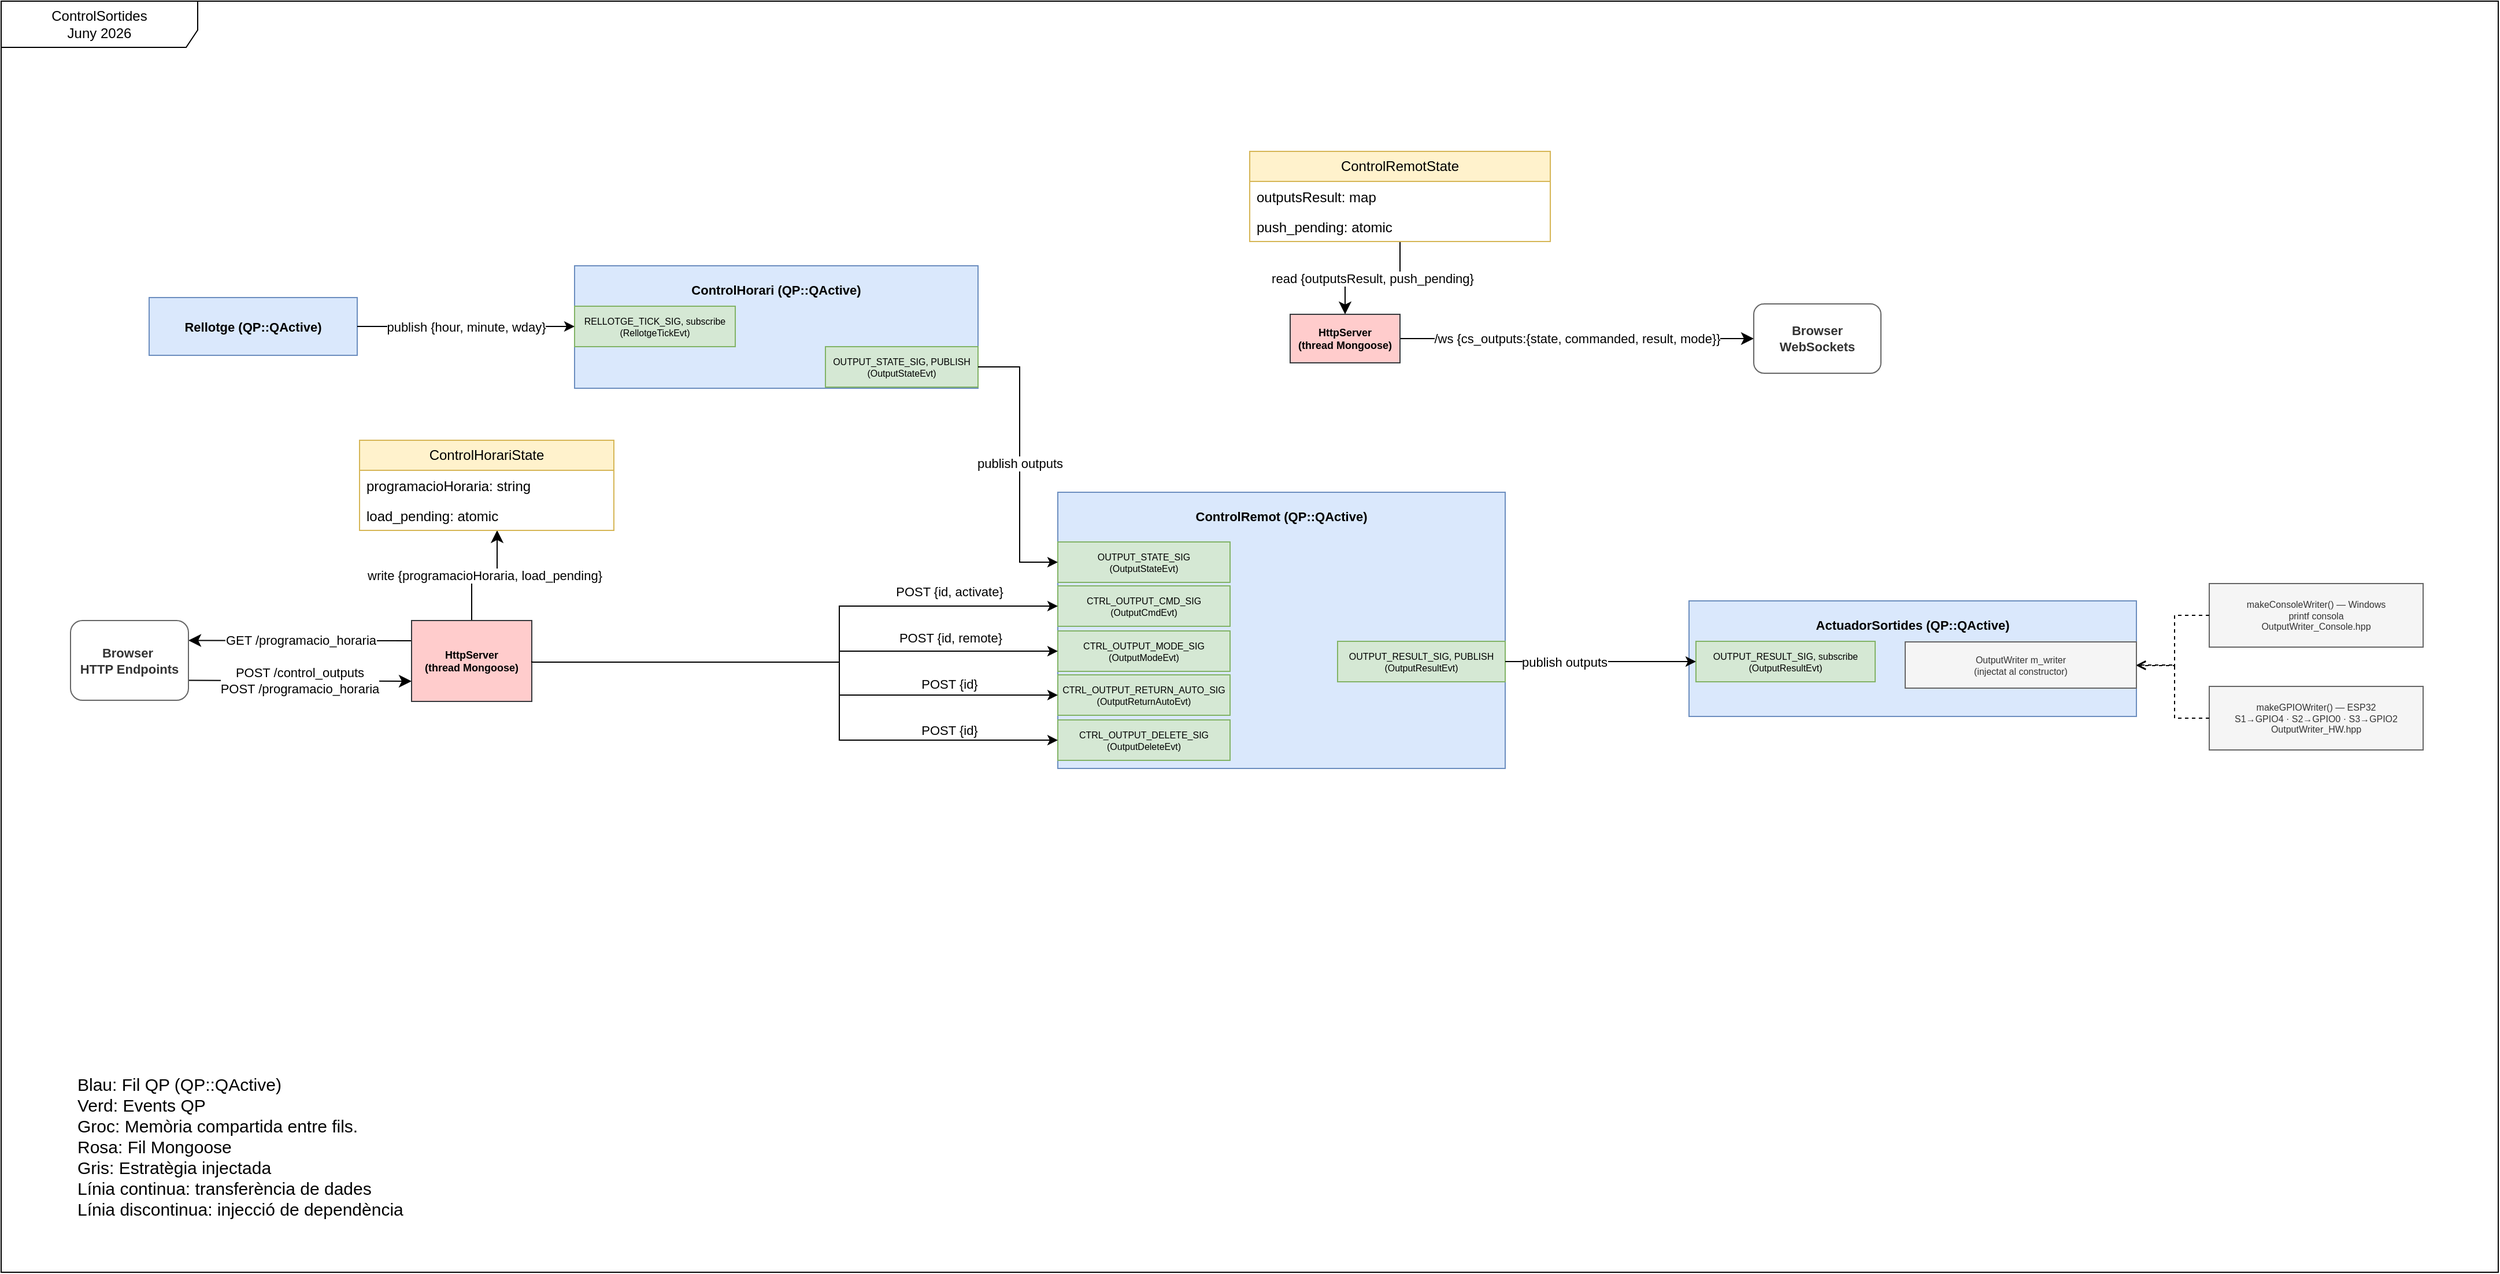
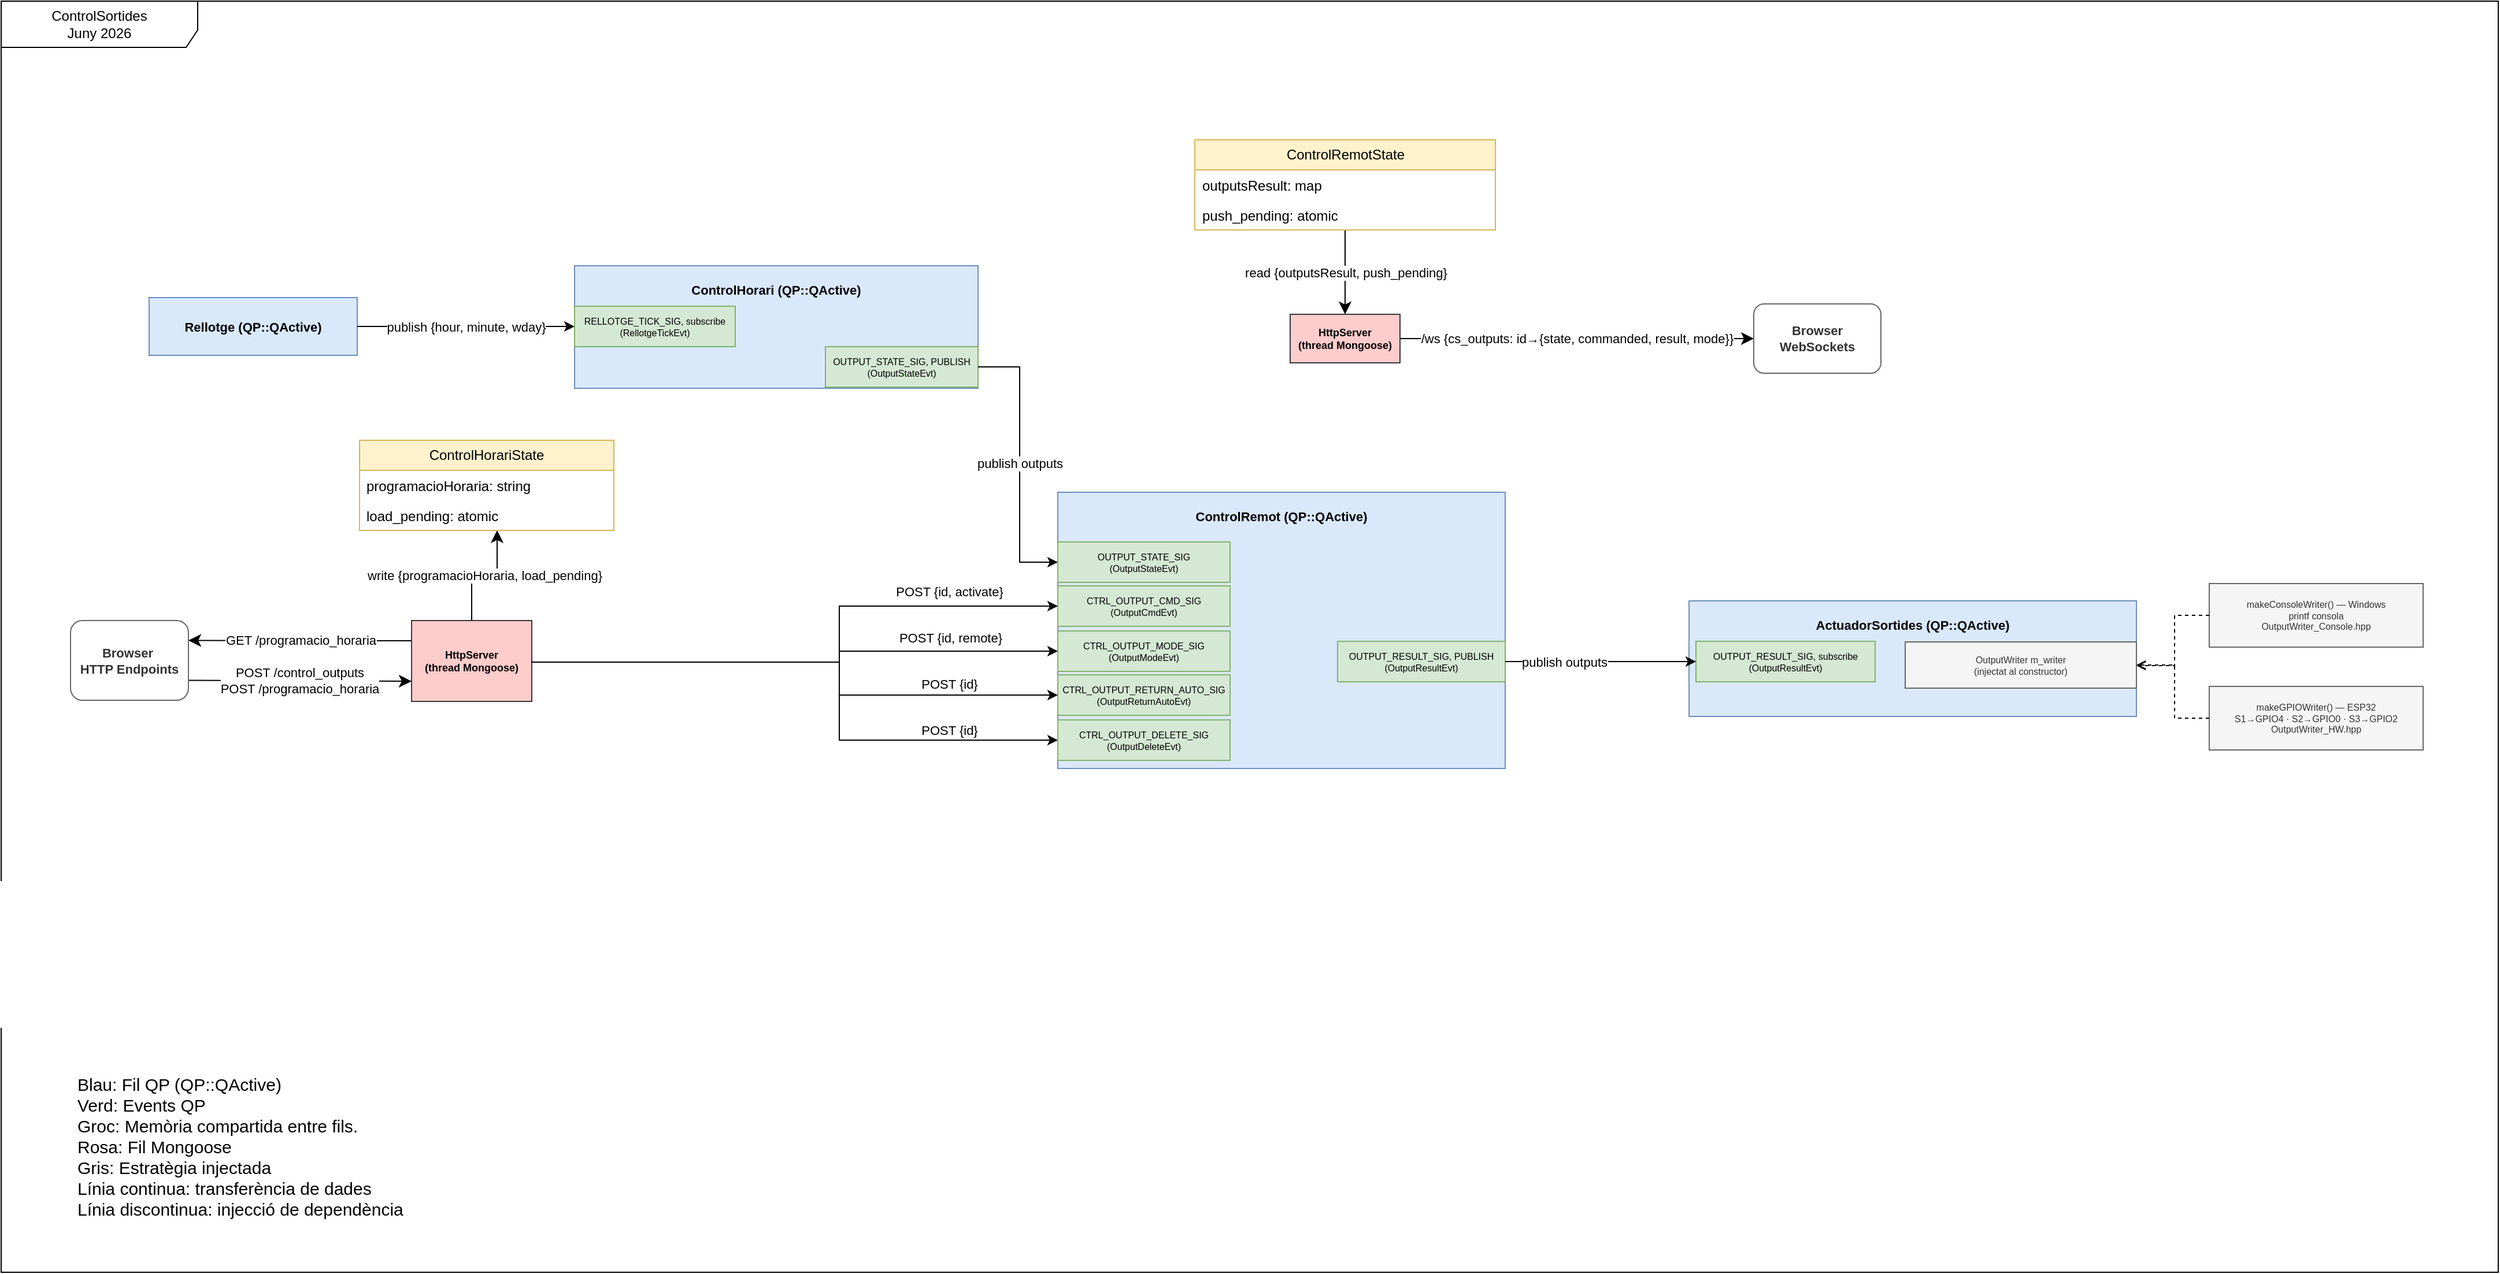
<mxfile host="Electron" agent="Mozilla/5.0 (Windows NT 10.0; Win64; x64) AppleWebKit/537.36 (KHTML, like Gecko) draw.io/28.2.8 Chrome/140.0.7339.240 Electron/38.4.0 Safari/537.36" version="28.2.8">
  <diagram name="ControlRemot" id="controlremot">
-     <mxGraphModel dx="2570" dy="1658" grid="1" gridSize="10" guides="1" tooltips="1" connect="1" arrows="1" fold="1" page="1" pageScale="1" pageWidth="2336" pageHeight="1654" math="0" shadow="0">
+     <mxGraphModel dx="1028" dy="663" grid="1" gridSize="10" guides="1" tooltips="1" connect="1" arrows="1" fold="1" page="1" pageScale="1" pageWidth="2336" pageHeight="1654" math="0" shadow="0">
      <root>
        <mxCell id="0" />
        <mxCell id="1" parent="0" />
        <mxCell id="hFHh7xch7r8VRYxtVC4N-1" value="&lt;span style=&quot;font-family: Helvetica; font-size: 11px;&quot;&gt;GET /programacio_horaria&lt;/span&gt;" style="edgeStyle=none;curved=1;rounded=0;orthogonalLoop=1;jettySize=auto;html=1;exitX=0;exitY=0.25;exitDx=0;exitDy=0;entryX=1;entryY=0.25;entryDx=0;entryDy=0;startSize=8;endSize=8;fontFamily=Helvetica;fontSize=11" parent="1" source="http" target="nPEGExYc4R3wSkc33mew-3" edge="1">
          <mxGeometry relative="1" as="geometry" />
        </mxCell>
        <mxCell id="hX1N1Huatbx-X40mZiJC-2" value="&lt;span style=&quot;color: rgb(0, 0, 0); font-family: Helvetica; font-size: 11px; font-style: normal; font-variant-ligatures: normal; font-variant-caps: normal; font-weight: 400; letter-spacing: normal; orphans: 2; text-align: center; text-indent: 0px; text-transform: none; widows: 2; word-spacing: 0px; -webkit-text-stroke-width: 0px; white-space: nowrap; background-color: rgb(255, 255, 255); text-decoration-thickness: initial; text-decoration-style: initial; text-decoration-color: initial; display: inline !important; float: none;&quot;&gt;write {programacioHoraria, load_pending}&lt;/span&gt;" style="edgeStyle=orthogonalEdgeStyle;rounded=0;orthogonalLoop=1;jettySize=auto;html=1;exitX=0.5;exitY=0;exitDx=0;exitDy=0;startSize=8;endSize=8;entryX=0.541;entryY=0.994;entryDx=0;entryDy=0;entryPerimeter=0;fontFamily=Helvetica;fontSize=11" parent="1" source="http" target="ch_reload_f2" edge="1">
          <mxGeometry relative="1" as="geometry" />
        </mxCell>
        <mxCell id="http" value="HttpServer&#xa;(thread Mongoose)" style="rounded=0;whiteSpace=wrap;html=1;fillColor=#ffcccc;strokeColor=#36393d;fontSize=9;fontStyle=1" parent="1" vertex="1">
          <mxGeometry x="435" y="806" width="104" height="70" as="geometry" />
        </mxCell>
-         <mxCell id="nPEGExYc4R3wSkc33mew-6" value="/ws {cs_outputs:{state, commanded, result, mode}}" style="edgeStyle=none;curved=1;rounded=0;orthogonalLoop=1;jettySize=auto;html=1;exitX=1;exitY=0.5;exitDx=0;exitDy=0;startSize=8;endSize=8;startArrow=none;startFill=0;fontFamily=Helvetica;fontSize=11" parent="1" source="ws" target="nPEGExYc4R3wSkc33mew-5" edge="1">
+         <mxCell id="nPEGExYc4R3wSkc33mew-6" value="/ws {cs_outputs: id→{state, commanded, result, mode}}" style="edgeStyle=none;curved=1;rounded=0;orthogonalLoop=1;jettySize=auto;html=1;exitX=1;exitY=0.5;exitDx=0;exitDy=0;startSize=8;endSize=8;startArrow=none;startFill=0;fontFamily=Helvetica;fontSize=11" parent="1" source="ws" target="nPEGExYc4R3wSkc33mew-5" edge="1">
          <mxGeometry relative="1" as="geometry" />
        </mxCell>
        <mxCell id="ws" value="HttpServer&lt;br&gt;(thread Mongoose)" style="rounded=0;whiteSpace=wrap;html=1;fillColor=#ffcccc;strokeColor=#36393d;fontSize=9;fontStyle=1" parent="1" vertex="1">
          <mxGeometry x="1195" y="541" width="95" height="42" as="geometry" />
        </mxCell>
        <mxCell id="ch" value="ControlHorari (QP::QActive)" style="rounded=0;whiteSpace=wrap;html=1;fillColor=#dae8fc;strokeColor=#6c8ebf;fontSize=11;fontStyle=1;verticalAlign=top;spacingTop=8" parent="1" vertex="1">
          <mxGeometry x="576" y="499" width="349" height="106" as="geometry" />
        </mxCell>
        <mxCell id="ch_tick" value="RELLOTGE_TICK_SIG, subscribe&#xa;(RellotgeTickEvt)" style="rounded=0;whiteSpace=wrap;html=1;fillColor=#d5e8d4;strokeColor=#82b366;fontSize=8" parent="1" vertex="1">
          <mxGeometry x="576" y="534" width="139" height="35" as="geometry" />
        </mxCell>
        <mxCell id="ch_reload" value="ControlHorariState" style="swimlane;fontStyle=0;childLayout=stackLayout;horizontal=1;startSize=26;fillColor=#fff2cc;horizontalStack=0;resizeParent=1;resizeParentMax=0;resizeLast=0;collapsible=0;marginBottom=0;whiteSpace=wrap;html=1;strokeColor=#d6b656;" parent="1" vertex="1">
          <mxGeometry x="390" y="650" width="220" height="78" as="geometry" />
        </mxCell>
        <mxCell id="ch_reload_f1" value="programacioHoraria: string" style="text;strokeColor=none;fillColor=none;align=left;verticalAlign=top;spacingLeft=4;spacingRight=4;overflow=hidden;rotatable=0;points=[[0,0.5],[1,0.5]];portConstraint=eastwest;whiteSpace=wrap;html=1;" parent="ch_reload" vertex="1">
          <mxGeometry y="26" width="220" height="26" as="geometry" />
        </mxCell>
        <mxCell id="ch_reload_f2" value="load_pending: atomic&lt;bool&gt;" style="text;strokeColor=none;fillColor=none;align=left;verticalAlign=top;spacingLeft=4;spacingRight=4;overflow=hidden;rotatable=0;points=[[0,0.5],[1,0.5]];portConstraint=eastwest;whiteSpace=wrap;html=1;" parent="ch_reload" vertex="1">
          <mxGeometry y="52" width="220" height="26" as="geometry" />
        </mxCell>
        <mxCell id="ch_out_io" value="OUTPUT_STATE_SIG, PUBLISH&#xa;(OutputStateEvt)" style="rounded=0;whiteSpace=wrap;html=1;fillColor=#d5e8d4;strokeColor=#82b366;fontSize=8" parent="1" vertex="1">
          <mxGeometry x="793" y="569" width="132" height="35" as="geometry" />
        </mxCell>
        <mxCell id="rl" value="Rellotge (QP::QActive)" style="rounded=0;whiteSpace=wrap;html=1;fillColor=#dae8fc;strokeColor=#6c8ebf;fontSize=11;fontStyle=1;" parent="1" vertex="1">
          <mxGeometry x="208" y="526.5" width="180" height="50" as="geometry" />
        </mxCell>
        <mxCell id="cr" value="ControlRemot (QP::QActive)" style="rounded=0;whiteSpace=wrap;html=1;fillColor=#dae8fc;strokeColor=#6c8ebf;fontSize=11;fontStyle=1;verticalAlign=top;spacingTop=8" parent="1" vertex="1">
          <mxGeometry x="994" y="695" width="387" height="239" as="geometry" />
        </mxCell>
        <mxCell id="in_io" value="OUTPUT_STATE_SIG&#xa;(OutputStateEvt)" style="rounded=0;whiteSpace=wrap;html=1;fillColor=#d5e8d4;strokeColor=#82b366;fontSize=8" parent="1" vertex="1">
          <mxGeometry x="994" y="738" width="149" height="35" as="geometry" />
        </mxCell>
        <mxCell id="in_cmd" value="CTRL_OUTPUT_CMD_SIG&#xa;(OutputCmdEvt)" style="rounded=0;whiteSpace=wrap;html=1;fillColor=#d5e8d4;strokeColor=#82b366;fontSize=8" parent="1" vertex="1">
          <mxGeometry x="994" y="776" width="149" height="35" as="geometry" />
        </mxCell>
        <mxCell id="in_mode" value="CTRL_OUTPUT_MODE_SIG&#xa;(OutputModeEvt)" style="rounded=0;whiteSpace=wrap;html=1;fillColor=#d5e8d4;strokeColor=#82b366;fontSize=8" parent="1" vertex="1">
          <mxGeometry x="994" y="815" width="149" height="35" as="geometry" />
        </mxCell>
        <mxCell id="in_ret" value="CTRL_OUTPUT_RETURN_AUTO_SIG&#xa;(OutputReturnAutoEvt)" style="rounded=0;whiteSpace=wrap;html=1;fillColor=#d5e8d4;strokeColor=#82b366;fontSize=8" parent="1" vertex="1">
          <mxGeometry x="994" y="853" width="149" height="35" as="geometry" />
        </mxCell>
        <mxCell id="in_del" value="CTRL_OUTPUT_DELETE_SIG&#xa;(OutputDeleteEvt)" style="rounded=0;whiteSpace=wrap;html=1;fillColor=#d5e8d4;strokeColor=#82b366;fontSize=8" parent="1" vertex="1">
          <mxGeometry x="994" y="892" width="149" height="35" as="geometry" />
        </mxCell>
        <mxCell id="out_pub" value="OUTPUT_RESULT_SIG, PUBLISH&#xa;(OutputResultEvt)" style="rounded=0;whiteSpace=wrap;html=1;fillColor=#d5e8d4;strokeColor=#82b366;fontSize=8" parent="1" vertex="1">
          <mxGeometry x="1236" y="824" width="145" height="35" as="geometry" />
        </mxCell>
        <mxCell id="hX1N1Huatbx-X40mZiJC-3" value="&lt;span style=&quot;font-size: 11px;&quot;&gt;read {outputsResult, push_pending}&lt;/span&gt;" style="edgeStyle=orthogonalEdgeStyle;rounded=0;orthogonalLoop=1;jettySize=auto;html=1;entryX=0.5;entryY=0;entryDx=0;entryDy=0;startSize=8;endSize=8;fontFamily=Helvetica;fontSize=11" parent="1" source="out_ss" target="ws" edge="1">
          <mxGeometry relative="1" as="geometry" />
-         </mxCell>
-         <mxCell id="out_ss" value="ControlRemotState" style="swimlane;fontStyle=0;childLayout=stackLayout;horizontal=1;startSize=26;fillColor=#fff2cc;horizontalStack=0;resizeParent=1;resizeParentMax=0;resizeLast=0;collapsible=0;marginBottom=0;whiteSpace=wrap;html=1;strokeColor=#d6b656;" parent="1" vertex="1">
-           <mxGeometry x="1160" y="400" width="260" height="78" as="geometry" />
-         </mxCell>
-         <mxCell id="out_ss_f1" value="outputsResult: map&lt;int, OutputInfo&gt;" style="text;strokeColor=none;fillColor=none;align=left;verticalAlign=top;spacingLeft=4;spacingRight=4;overflow=hidden;rotatable=0;points=[[0,0.5],[1,0.5]];portConstraint=eastwest;whiteSpace=wrap;html=1;" parent="out_ss" vertex="1">
-           <mxGeometry y="26" width="260" height="26" as="geometry" />
-         </mxCell>
-         <mxCell id="out_ss_f2" value="push_pending: atomic&lt;bool&gt;" style="text;strokeColor=none;fillColor=none;align=left;verticalAlign=top;spacingLeft=4;spacingRight=4;overflow=hidden;rotatable=0;points=[[0,0.5],[1,0.5]];portConstraint=eastwest;whiteSpace=wrap;html=1;" parent="out_ss" vertex="1">
-           <mxGeometry y="52" width="260" height="26" as="geometry" />
        </mxCell>
        <mxCell id="e1" value="POST {id, activate}" style="edgeStyle=orthogonalEdgeStyle;rounded=0;html=1;exitX=1;exitY=0.5;entryX=0;entryY=0.5;fontFamily=Helvetica;fontSize=11" parent="1" source="http" target="in_cmd" edge="1">
          <mxGeometry x="0.6274" y="14" relative="1" as="geometry">
            <Array as="points">
              <mxPoint x="805" y="842" />
              <mxPoint x="805" y="794" />
            </Array>
            <mxPoint y="1" as="offset" />
          </mxGeometry>
        </mxCell>
        <mxCell id="e2" value="POST {id, remote}" style="edgeStyle=orthogonalEdgeStyle;rounded=0;html=1;exitX=1;exitY=0.5;entryX=0;entryY=0.5;fontFamily=Helvetica;fontSize=11" parent="1" source="http" target="in_mode" edge="1">
          <mxGeometry x="0.5961" y="13" relative="1" as="geometry">
            <Array as="points">
              <mxPoint x="805" y="842" />
              <mxPoint x="805" y="832" />
            </Array>
            <mxPoint x="1" y="1" as="offset" />
          </mxGeometry>
        </mxCell>
        <mxCell id="e3" value="POST {id}" style="edgeStyle=orthogonalEdgeStyle;rounded=0;html=1;exitX=1;exitY=0.5;entryX=0;entryY=0.5;fontFamily=Helvetica;fontSize=11" parent="1" source="http" target="in_ret" edge="1">
          <mxGeometry x="0.612" y="-29" relative="1" as="geometry">
            <Array as="points">
              <mxPoint x="539" y="842" />
              <mxPoint x="805" y="842" />
              <mxPoint x="805" y="871" />
            </Array>
            <mxPoint y="1" as="offset" />
          </mxGeometry>
        </mxCell>
        <mxCell id="e4" value="POST {id}" style="edgeStyle=orthogonalEdgeStyle;rounded=0;html=1;exitX=1;exitY=0.5;entryX=0;entryY=0.5;fontFamily=Helvetica;fontSize=11" parent="1" source="http" target="in_del" edge="1">
          <mxGeometry x="0.6409" y="50" relative="1" as="geometry">
            <Array as="points">
              <mxPoint x="539" y="842" />
              <mxPoint x="805" y="842" />
              <mxPoint x="805" y="909" />
            </Array>
            <mxPoint y="1" as="offset" />
          </mxGeometry>
        </mxCell>
        <mxCell id="e7" value="publish outputs" style="edgeStyle=orthogonalEdgeStyle;rounded=0;html=1;exitX=1;exitY=0.5;entryX=0;entryY=0.5;entryDx=0;entryDy=0;fontFamily=Helvetica;fontSize=11" parent="1" source="ch_out_io" target="in_io" edge="1">
          <mxGeometry relative="1" as="geometry">
            <Array as="points">
              <mxPoint x="961" y="587" />
              <mxPoint x="961" y="755" />
            </Array>
          </mxGeometry>
        </mxCell>
        <mxCell id="e10" value="publish {hour, minute, wday}" style="edgeStyle=orthogonalEdgeStyle;rounded=0;html=1;exitX=1;exitY=0.5;exitDx=0;exitDy=0;entryX=0;entryY=0.5;entryDx=0;entryDy=0;fontFamily=Helvetica;fontSize=11" parent="1" source="rl" target="ch_tick" edge="1">
          <mxGeometry relative="1" as="geometry" />
        </mxCell>
        <mxCell id="hFHh7xch7r8VRYxtVC4N-2" value="&lt;span style=&quot;font-size: 11px;&quot;&gt;POST /control_outputs&lt;br&gt;POST /programacio_horaria&lt;/span&gt;" style="edgeStyle=none;curved=1;rounded=0;orthogonalLoop=1;jettySize=auto;html=1;exitX=1;exitY=0.75;exitDx=0;exitDy=0;entryX=0;entryY=0.75;entryDx=0;entryDy=0;startSize=8;endSize=8;fontFamily=Helvetica;fontSize=11" parent="1" source="nPEGExYc4R3wSkc33mew-3" target="http" edge="1">
          <mxGeometry relative="1" as="geometry" />
        </mxCell>
        <mxCell id="nPEGExYc4R3wSkc33mew-3" value="&lt;b&gt;Browser&amp;nbsp;&lt;/b&gt;&lt;div&gt;&lt;b&gt;HTTP Endpoints&lt;/b&gt;&lt;/div&gt;" style="rounded=1;whiteSpace=wrap;html=1;fillColor=#ffffff;strokeColor=#666666;fontColor=#333333;fontSize=11;" parent="1" vertex="1">
          <mxGeometry x="140" y="806" width="102" height="69" as="geometry" />
        </mxCell>
        <mxCell id="nPEGExYc4R3wSkc33mew-5" value="&lt;b&gt;Browser WebSockets&lt;/b&gt;" style="rounded=1;whiteSpace=wrap;html=1;fillColor=#ffffff;strokeColor=#666666;fontColor=#333333;fontSize=11;" parent="1" vertex="1">
          <mxGeometry x="1596" y="532" width="110" height="60" as="geometry" />
        </mxCell>
        <mxCell id="jaKRlGInz0ltfFADGkvu-5" value="ControlSortides&lt;div&gt;Juny 2026&lt;/div&gt;" style="shape=umlFrame;whiteSpace=wrap;html=1;pointerEvents=0;recursiveResize=0;container=1;collapsible=0;width=170;height=40;" parent="1" vertex="1">
          <mxGeometry x="80" y="270" width="2160" height="1100" as="geometry" />
        </mxCell>
        <mxCell id="IJb5zE0oGNF-HTFJebx6-1" value="&lt;div&gt;&lt;font style=&quot;font-size: 15px;&quot;&gt;Blau: Fil QP (QP::QActive)&lt;/font&gt;&lt;/div&gt;&lt;div&gt;&lt;font style=&quot;font-size: 15px;&quot;&gt;Verd: Events QP&lt;/font&gt;&lt;/div&gt;&lt;div&gt;&lt;font style=&quot;font-size: 15px;&quot;&gt;Groc: Memòria compartida entre fils.&lt;/font&gt;&lt;/div&gt;&lt;div&gt;&lt;font style=&quot;font-size: 15px;&quot;&gt;Rosa: Fil Mongoose&lt;/font&gt;&lt;/div&gt;&lt;div&gt;&lt;font style=&quot;font-size: 15px;&quot;&gt;Gris: Estratègia injectada&lt;/font&gt;&lt;/div&gt;&lt;div&gt;&lt;font style=&quot;font-size: 15px;&quot;&gt;Línia continua: transferència de dades&lt;/font&gt;&lt;/div&gt;&lt;div&gt;&lt;font style=&quot;font-size: 15px;&quot;&gt;Línia discontinua: injecció de dependència&lt;/font&gt;&lt;/div&gt;" style="text;strokeColor=none;fillColor=none;align=left;verticalAlign=middle;spacingLeft=4;spacingRight=4;overflow=hidden;whiteSpace=wrap;html=1;" parent="jaKRlGInz0ltfFADGkvu-5" vertex="1">
          <mxGeometry x="60" y="926" width="430" height="130" as="geometry" />
        </mxCell>
+         <mxCell id="out_ss" value="ControlRemotState" style="swimlane;fontStyle=0;childLayout=stackLayout;horizontal=1;startSize=26;fillColor=#fff2cc;horizontalStack=0;resizeParent=1;resizeParentMax=0;resizeLast=0;collapsible=0;marginBottom=0;whiteSpace=wrap;html=1;strokeColor=#d6b656;" parent="jaKRlGInz0ltfFADGkvu-5" vertex="1">
+           <mxGeometry x="1032.5" y="120" width="260" height="78" as="geometry" />
+         </mxCell>
+         <mxCell id="out_ss_f1" value="outputsResult: map&lt;int, OutputInfo&gt;" style="text;strokeColor=none;fillColor=none;align=left;verticalAlign=top;spacingLeft=4;spacingRight=4;overflow=hidden;rotatable=0;points=[[0,0.5],[1,0.5]];portConstraint=eastwest;whiteSpace=wrap;html=1;" parent="out_ss" vertex="1">
+           <mxGeometry y="26" width="260" height="26" as="geometry" />
+         </mxCell>
+         <mxCell id="out_ss_f2" value="push_pending: atomic&lt;bool&gt;" style="text;strokeColor=none;fillColor=none;align=left;verticalAlign=top;spacingLeft=4;spacingRight=4;overflow=hidden;rotatable=0;points=[[0,0.5],[1,0.5]];portConstraint=eastwest;whiteSpace=wrap;html=1;" parent="out_ss" vertex="1">
+           <mxGeometry y="52" width="260" height="26" as="geometry" />
+         </mxCell>
        <mxCell id="as" value="ActuadorSortides (QP::QActive)" style="rounded=0;whiteSpace=wrap;html=1;fillColor=#dae8fc;strokeColor=#6c8ebf;fontSize=11;fontStyle=1;verticalAlign=top;spacingTop=8" parent="1" vertex="1">
          <mxGeometry x="1540" y="789" width="387" height="100" as="geometry" />
        </mxCell>
        <mxCell id="as_in" value="OUTPUT_RESULT_SIG, subscribe&#xa;(OutputResultEvt)" style="rounded=0;whiteSpace=wrap;html=1;fillColor=#d5e8d4;strokeColor=#82b366;fontSize=8" parent="1" vertex="1">
          <mxGeometry x="1546" y="824" width="155" height="35" as="geometry" />
        </mxCell>
        <mxCell id="as_gpio" value="OutputWriter m_writer&#xa;(injectat al constructor)" style="rounded=0;whiteSpace=wrap;html=1;fillColor=#f5f5f5;strokeColor=#666666;fontColor=#333333;fontSize=8" parent="1" vertex="1">
          <mxGeometry x="1727" y="824.5" width="200" height="40" as="geometry" />
        </mxCell>
        <mxCell id="e_as" value="publish outputs" style="edgeStyle=orthogonalEdgeStyle;rounded=0;html=1;exitX=1;exitY=0.5;exitDx=0;exitDy=0;entryX=0;entryY=0.5;entryDx=0;entryDy=0;fontFamily=Helvetica;fontSize=11" parent="1" source="out_pub" target="as_in" edge="1">
          <mxGeometry x="-0.3157" relative="1" as="geometry">
            <Array as="points">
              <mxPoint x="1410" y="837" />
              <mxPoint x="1410" y="842" />
              <mxPoint x="1466" y="842" />
            </Array>
            <mxPoint as="offset" />
          </mxGeometry>
        </mxCell>
        <mxCell id="ow_hw" value="makeGPIOWriter() — ESP32&#xa;S1→GPIO4 · S2→GPIO0 · S3→GPIO2&#xa;OutputWriter_HW.hpp" style="rounded=0;whiteSpace=wrap;html=1;fillColor=#f5f5f5;strokeColor=#666666;fontColor=#333333;fontSize=8" parent="1" vertex="1">
          <mxGeometry x="1990" y="863" width="185" height="55" as="geometry" />
        </mxCell>
        <mxCell id="ow_console" value="makeConsoleWriter() — Windows&#xa;printf consola&#xa;OutputWriter_Console.hpp" style="rounded=0;whiteSpace=wrap;html=1;fillColor=#f5f5f5;strokeColor=#666666;fontColor=#333333;fontSize=8" parent="1" vertex="1">
          <mxGeometry x="1990" y="774" width="185" height="55" as="geometry" />
        </mxCell>
        <mxCell id="e_ow_hw" value="" style="edgeStyle=orthogonalEdgeStyle;rounded=0;html=1;exitX=0;exitY=0.5;exitDx=0;exitDy=0;entryX=1;entryY=0.5;entryDx=0;entryDy=0;dashed=1;endArrow=open;endFill=0;fontFamily=Helvetica;fontSize=11" parent="1" source="ow_hw" target="as_gpio" edge="1">
          <mxGeometry x="-0.1192" relative="1" as="geometry">
            <Array as="points">
              <mxPoint x="1960" y="890" />
              <mxPoint x="1960" y="844" />
            </Array>
            <mxPoint as="offset" />
          </mxGeometry>
        </mxCell>
        <mxCell id="e_ow_con" value="" style="edgeStyle=orthogonalEdgeStyle;rounded=0;html=1;entryX=1;entryY=0.5;entryDx=0;entryDy=0;dashed=1;endArrow=open;endFill=0;fontFamily=Helvetica;fontSize=11" parent="1" source="ow_console" target="as_gpio" edge="1">
          <mxGeometry relative="1" as="geometry">
            <Array as="points">
              <mxPoint x="1960" y="802" />
              <mxPoint x="1960" y="845" />
              <mxPoint x="1927" y="845" />
            </Array>
          </mxGeometry>
        </mxCell>
      </root>
    </mxGraphModel>
  </diagram>
</mxfile>
